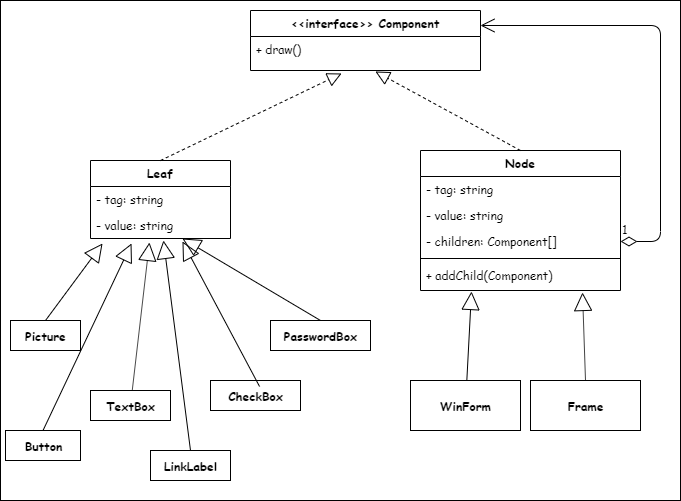
an-Onion/architect-camp keeps this draw.io diagram as chapter 3/img/composite.drawio.png. Above is the earlier version. Source tidied: cells renumbered, new cells last; positions are measured from the earlier drawing's top-left corner, leaving out a move shared by most shapes. The source it was exported from:
```xml
<mxGraphModel>
  <root>
    <mxCell id="0" />
    <mxCell id="1" parent="0" />
    <mxCell id="2" style="rounded=0;whiteSpace=wrap;html=1;fontFamily=Comic Sans MS;fontSize=12;" parent="1" vertex="1">
      <mxGeometry width="680" height="500" as="geometry" />
    </mxCell>
    <mxCell id="3" value="Node" style="swimlane;fontStyle=1;align=center;verticalAlign=top;horizontal=1;startSize=26;fontSize=12;fontFamily=Comic Sans MS;" parent="1" vertex="1">
      <mxGeometry x="420" y="150" width="200" height="140" as="geometry" />
    </mxCell>
    <mxCell id="4" value="- tag: string" style="text;strokeColor=none;fillColor=none;align=left;verticalAlign=top;spacingLeft=4;spacingRight=4;overflow=hidden;fontSize=12;fontFamily=Comic Sans MS;" parent="3" vertex="1">
      <mxGeometry y="26" width="200" height="26" as="geometry" />
    </mxCell>
    <mxCell id="5" value="- value: string" style="text;strokeColor=none;fillColor=none;align=left;verticalAlign=top;spacingLeft=4;spacingRight=4;overflow=hidden;fontSize=12;fontFamily=Comic Sans MS;" parent="3" vertex="1">
      <mxGeometry y="52" width="200" height="26" as="geometry" />
    </mxCell>
    <mxCell id="6" value="- children: Component[]" style="text;strokeColor=none;fillColor=none;align=left;verticalAlign=top;spacingLeft=4;spacingRight=4;overflow=hidden;points=[[0,0.5],[1,0.5]];portConstraint=eastwest;fontSize=12;fontFamily=Comic Sans MS;" parent="3" vertex="1">
      <mxGeometry y="78" width="200" height="26" as="geometry" />
    </mxCell>
    <mxCell id="7" style="line;strokeWidth=1;fillColor=none;align=left;verticalAlign=middle;spacingTop=-1;spacingLeft=3;spacingRight=3;labelPosition=right;fontSize=12;fontFamily=Comic Sans MS;" parent="3" vertex="1">
      <mxGeometry y="104" width="200" height="8" as="geometry" />
    </mxCell>
    <mxCell id="8" value="+ addChild(Component)" style="text;strokeColor=none;fillColor=none;align=left;verticalAlign=top;spacingLeft=4;spacingRight=4;overflow=hidden;points=[[0,0.5],[1,0.5]];portConstraint=eastwest;fontSize=12;fontFamily=Comic Sans MS;" parent="3" vertex="1">
      <mxGeometry y="112" width="200" height="28" as="geometry" />
    </mxCell>
    <mxCell id="9" style="endArrow=block;dashed=1;endFill=0;endSize=12;html=1;fontFamily=Comic Sans MS;fontSize=12;entryX=0.396;entryY=1.088;entryDx=0;entryDy=0;entryPerimeter=0;exitX=0.5;exitY=0;exitDx=0;exitDy=0;" parent="1" edge="1" source="30" target="12">
      <mxGeometry relative="1" as="geometry" />
    </mxCell>
    <mxCell id="10" style="endArrow=block;dashed=1;endFill=0;endSize=12;html=1;fontFamily=Comic Sans MS;fontSize=12;entryX=0.543;entryY=1.029;entryDx=0;entryDy=0;entryPerimeter=0;exitX=0.5;exitY=0;exitDx=0;exitDy=0;" parent="1" edge="1" source="3" target="12">
      <mxGeometry relative="1" as="geometry" />
    </mxCell>
    <mxCell id="11" value="&lt;&lt;interface&gt;&gt; Component" style="swimlane;fontStyle=1;horizontal=1;startSize=26;fillColor=none;glass=0;strokeWidth=1;fontSize=12;fontFamily=Comic Sans MS;perimeterSpacing=0;swimlaneFillColor=none;rounded=0;align=center;spacing=0;spacingTop=0;" parent="1" vertex="1">
      <mxGeometry x="250" y="10" width="230" height="60" as="geometry" />
    </mxCell>
    <mxCell id="12" value="+ draw()" style="text;strokeColor=none;fillColor=none;align=left;verticalAlign=top;spacingLeft=4;spacingRight=4;overflow=hidden;points=[[0,0.5],[1,0.5]];portConstraint=eastwest;fontSize=12;fontFamily=Comic Sans MS;" parent="11" vertex="1">
      <mxGeometry y="26" width="230" height="34" as="geometry" />
    </mxCell>
    <mxCell id="13" value="1" style="endArrow=open;html=1;endSize=12;startArrow=diamondThin;startSize=14;startFill=0;edgeStyle=orthogonalEdgeStyle;align=left;verticalAlign=bottom;fontFamily=Comic Sans MS;fontSize=12;exitX=1;exitY=0.5;exitDx=0;exitDy=0;entryX=1;entryY=0.25;entryDx=0;entryDy=0;" parent="1" edge="1" source="6" target="11">
      <mxGeometry x="-1" y="3" relative="1" as="geometry">
        <Array as="points">
          <mxPoint x="660" y="241" />
          <mxPoint x="660" y="25" />
        </Array>
      </mxGeometry>
    </mxCell>
    <mxCell id="14" value="&lt;b&gt;Picture&lt;/b&gt;" style="html=1;fontSize=12;fontFamily=Comic Sans MS;" parent="1" vertex="1">
      <mxGeometry x="10" y="320" width="70" height="30" as="geometry" />
    </mxCell>
    <mxCell id="15" value="&lt;b&gt;Button&lt;/b&gt;" style="html=1;fontSize=12;fontFamily=Comic Sans MS;" parent="1" vertex="1">
      <mxGeometry x="5" y="430" width="75" height="30" as="geometry" />
    </mxCell>
    <mxCell id="16" value="&lt;b&gt;TextBox&lt;/b&gt;" style="html=1;fontSize=12;fontFamily=Comic Sans MS;" parent="1" vertex="1">
      <mxGeometry x="90" y="390" width="80" height="30" as="geometry" />
    </mxCell>
    <mxCell id="17" value="&lt;b&gt;PasswordBox&lt;/b&gt;" style="html=1;fontSize=12;fontFamily=Comic Sans MS;" parent="1" vertex="1">
      <mxGeometry x="270" y="320" width="100" height="30" as="geometry" />
    </mxCell>
    <mxCell id="18" value="&lt;b&gt;CheckBox&lt;/b&gt;" style="html=1;fontSize=12;fontFamily=Comic Sans MS;" parent="1" vertex="1">
      <mxGeometry x="210" y="380" width="90" height="30" as="geometry" />
    </mxCell>
    <mxCell id="19" value="&lt;b&gt;LinkLabel&lt;/b&gt;" style="html=1;fontSize=12;fontFamily=Comic Sans MS;" parent="1" vertex="1">
      <mxGeometry x="150" y="450" width="80" height="30" as="geometry" />
    </mxCell>
    <mxCell id="20" value="&lt;b&gt;WinForm&lt;/b&gt;" style="html=1;fontSize=12;fontFamily=Comic Sans MS;" parent="1" vertex="1">
      <mxGeometry x="410" y="380" width="110" height="50" as="geometry" />
    </mxCell>
    <mxCell id="21" value="&lt;b&gt;Frame&lt;/b&gt;" style="html=1;fontSize=12;fontFamily=Comic Sans MS;" parent="1" vertex="1">
      <mxGeometry x="530" y="380" width="110" height="50" as="geometry" />
    </mxCell>
    <mxCell id="22" style="endArrow=block;endSize=16;endFill=0;html=1;fontSize=12;entryX=0.255;entryY=1.036;entryDx=0;entryDy=0;entryPerimeter=0;fontFamily=Comic Sans MS;" parent="1" edge="1" source="20" target="8">
      <mxGeometry relative="1" as="geometry" />
    </mxCell>
    <mxCell id="23" style="endArrow=block;endSize=16;endFill=0;html=1;fontSize=12;entryX=0.086;entryY=1.192;entryDx=0;entryDy=0;entryPerimeter=0;exitX=0.5;exitY=0;exitDx=0;exitDy=0;fontFamily=Comic Sans MS;" parent="1" edge="1" source="14" target="32">
      <mxGeometry relative="1" as="geometry" />
    </mxCell>
    <mxCell id="24" style="endArrow=block;endSize=16;endFill=0;html=1;fontSize=12;exitX=0.5;exitY=0;exitDx=0;exitDy=0;entryX=0.293;entryY=1.192;entryDx=0;entryDy=0;entryPerimeter=0;fontFamily=Comic Sans MS;" parent="1" edge="1" source="15" target="32">
      <mxGeometry relative="1" as="geometry" />
    </mxCell>
    <mxCell id="25" style="endArrow=block;endSize=16;endFill=0;html=1;fontSize=12;entryX=0.421;entryY=1.154;entryDx=0;entryDy=0;entryPerimeter=0;fontFamily=Comic Sans MS;" parent="1" edge="1" source="16" target="32">
      <mxGeometry relative="1" as="geometry" />
    </mxCell>
    <mxCell id="26" style="endArrow=block;endSize=16;endFill=0;html=1;fontSize=12;entryX=0.81;entryY=1.071;entryDx=0;entryDy=0;entryPerimeter=0;exitX=0.5;exitY=0;exitDx=0;exitDy=0;fontFamily=Comic Sans MS;" parent="1" edge="1" source="21" target="8">
      <mxGeometry relative="1" as="geometry" />
    </mxCell>
    <mxCell id="27" style="endArrow=block;endSize=16;endFill=0;html=1;fontSize=12;exitX=0.5;exitY=0;exitDx=0;exitDy=0;entryX=0.521;entryY=1.077;entryDx=0;entryDy=0;entryPerimeter=0;fontFamily=Comic Sans MS;" parent="1" edge="1" source="19" target="32">
      <mxGeometry relative="1" as="geometry" />
    </mxCell>
    <mxCell id="28" style="endArrow=block;endSize=16;endFill=0;html=1;fontSize=12;exitX=0.5;exitY=0;exitDx=0;exitDy=0;fontFamily=Comic Sans MS;" parent="1" edge="1" source="17" target="32">
      <mxGeometry relative="1" as="geometry" />
    </mxCell>
    <mxCell id="29" style="endArrow=block;endSize=16;endFill=0;html=1;fontSize=12;entryX=0.657;entryY=1.115;entryDx=0;entryDy=0;entryPerimeter=0;exitX=0.545;exitY=0.2;exitDx=0;exitDy=0;exitPerimeter=0;fontFamily=Comic Sans MS;" parent="1" edge="1" source="18" target="32">
      <mxGeometry relative="1" as="geometry" />
    </mxCell>
    <mxCell id="30" value="Leaf" style="swimlane;fontStyle=1;horizontal=1;startSize=26;fillColor=none;fontSize=12;fontFamily=Comic Sans MS;" parent="1" vertex="1">
      <mxGeometry x="90" y="160" width="140" height="78" as="geometry" />
    </mxCell>
    <mxCell id="31" value="- tag: string" style="text;strokeColor=none;fillColor=none;align=left;verticalAlign=top;spacingLeft=4;spacingRight=4;overflow=hidden;fontSize=12;fontFamily=Comic Sans MS;" parent="30" vertex="1">
      <mxGeometry y="26" width="140" height="26" as="geometry" />
    </mxCell>
    <mxCell id="32" value="- value: string" style="text;strokeColor=none;fillColor=none;align=left;verticalAlign=top;spacingLeft=4;spacingRight=4;overflow=hidden;points=[[0,0.5],[1,0.5]];portConstraint=eastwest;fontSize=12;fontFamily=Comic Sans MS;" parent="30" vertex="1">
      <mxGeometry y="52" width="140" height="26" as="geometry" />
    </mxCell>
  </root>
</mxGraphModel>
```
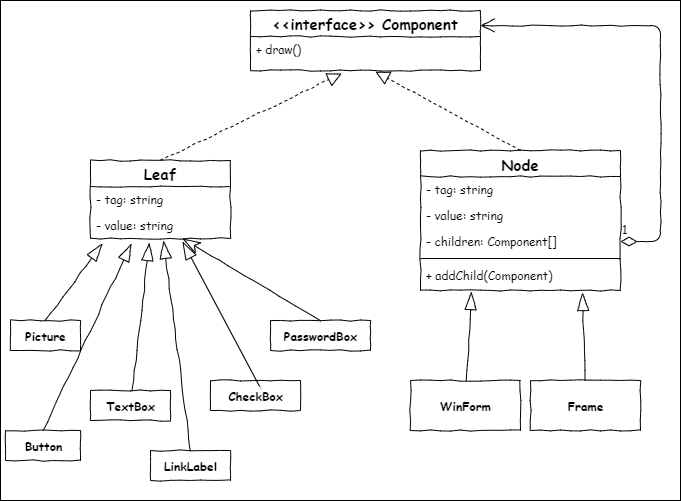
The same file after the commit.

Diff of the diagram source:
```diff
@@ -5,7 +5,7 @@
     <mxCell id="2" style="rounded=0;whiteSpace=wrap;html=1;fontFamily=Comic Sans MS;fontSize=12;" parent="1" vertex="1">
       <mxGeometry width="680" height="500" as="geometry" />
     </mxCell>
-    <mxCell id="3" value="Node" style="swimlane;fontStyle=1;align=center;verticalAlign=top;horizontal=1;startSize=26;fontSize=12;fontFamily=Comic Sans MS;" parent="1" vertex="1">
+    <mxCell id="3" value="Node" style="swimlane;fontStyle=1;align=center;verticalAlign=top;horizontal=1;startSize=26;fontSize=15;fontFamily=Comic Sans MS;comic=1;" parent="1" vertex="1">
       <mxGeometry x="420" y="150" width="200" height="140" as="geometry" />
     </mxCell>
     <mxCell id="4" value="- tag: string" style="text;strokeColor=none;fillColor=none;align=left;verticalAlign=top;spacingLeft=4;spacingRight=4;overflow=hidden;fontSize=12;fontFamily=Comic Sans MS;" parent="3" vertex="1">
@@ -23,19 +23,19 @@
     <mxCell id="8" value="+ addChild(Component)" style="text;strokeColor=none;fillColor=none;align=left;verticalAlign=top;spacingLeft=4;spacingRight=4;overflow=hidden;points=[[0,0.5],[1,0.5]];portConstraint=eastwest;fontSize=12;fontFamily=Comic Sans MS;" parent="3" vertex="1">
       <mxGeometry y="112" width="200" height="28" as="geometry" />
     </mxCell>
-    <mxCell id="9" style="endArrow=block;dashed=1;endFill=0;endSize=12;html=1;fontFamily=Comic Sans MS;fontSize=12;entryX=0.396;entryY=1.088;entryDx=0;entryDy=0;entryPerimeter=0;exitX=0.5;exitY=0;exitDx=0;exitDy=0;" parent="1" edge="1" source="30" target="12">
+    <mxCell id="9" style="endArrow=block;dashed=1;endFill=0;endSize=12;html=1;fontFamily=Comic Sans MS;fontSize=12;entryX=0.396;entryY=1.088;entryDx=0;entryDy=0;entryPerimeter=0;exitX=0.5;exitY=0;exitDx=0;exitDy=0;comic=1;" parent="1" edge="1" source="30" target="12">
       <mxGeometry relative="1" as="geometry" />
     </mxCell>
-    <mxCell id="10" style="endArrow=block;dashed=1;endFill=0;endSize=12;html=1;fontFamily=Comic Sans MS;fontSize=12;entryX=0.543;entryY=1.029;entryDx=0;entryDy=0;entryPerimeter=0;exitX=0.5;exitY=0;exitDx=0;exitDy=0;" parent="1" edge="1" source="3" target="12">
+    <mxCell id="10" style="endArrow=block;dashed=1;endFill=0;endSize=12;html=1;fontFamily=Comic Sans MS;fontSize=12;entryX=0.543;entryY=1.029;entryDx=0;entryDy=0;entryPerimeter=0;exitX=0.5;exitY=0;exitDx=0;exitDy=0;comic=1;" parent="1" edge="1" source="3" target="12">
       <mxGeometry relative="1" as="geometry" />
     </mxCell>
-    <mxCell id="11" value="&lt;&lt;interface&gt;&gt; Component" style="swimlane;fontStyle=1;horizontal=1;startSize=26;fillColor=none;glass=0;strokeWidth=1;fontSize=12;fontFamily=Comic Sans MS;perimeterSpacing=0;swimlaneFillColor=none;rounded=0;align=center;spacing=0;spacingTop=0;" parent="1" vertex="1">
+    <mxCell id="11" value="&lt;&lt;interface&gt;&gt; Component" style="swimlane;fontStyle=1;horizontal=1;startSize=26;fillColor=none;glass=0;strokeWidth=1;fontSize=15;fontFamily=Comic Sans MS;perimeterSpacing=0;swimlaneFillColor=none;rounded=0;align=center;spacing=0;spacingTop=0;comic=1;" parent="1" vertex="1">
       <mxGeometry x="250" y="10" width="230" height="60" as="geometry" />
     </mxCell>
     <mxCell id="12" value="+ draw()" style="text;strokeColor=none;fillColor=none;align=left;verticalAlign=top;spacingLeft=4;spacingRight=4;overflow=hidden;points=[[0,0.5],[1,0.5]];portConstraint=eastwest;fontSize=12;fontFamily=Comic Sans MS;" parent="11" vertex="1">
       <mxGeometry y="26" width="230" height="34" as="geometry" />
     </mxCell>
-    <mxCell id="13" value="1" style="endArrow=open;html=1;endSize=12;startArrow=diamondThin;startSize=14;startFill=0;edgeStyle=orthogonalEdgeStyle;align=left;verticalAlign=bottom;fontFamily=Comic Sans MS;fontSize=12;exitX=1;exitY=0.5;exitDx=0;exitDy=0;entryX=1;entryY=0.25;entryDx=0;entryDy=0;" parent="1" edge="1" source="6" target="11">
+    <mxCell id="13" value="1" style="endArrow=open;html=1;endSize=12;startArrow=diamondThin;startSize=14;startFill=0;edgeStyle=orthogonalEdgeStyle;align=left;verticalAlign=bottom;fontFamily=Comic Sans MS;fontSize=12;exitX=1;exitY=0.5;exitDx=0;exitDy=0;entryX=1;entryY=0.25;entryDx=0;entryDy=0;comic=1;" parent="1" edge="1" source="6" target="11">
       <mxGeometry x="-1" y="3" relative="1" as="geometry">
         <Array as="points">
           <mxPoint x="660" y="241" />
@@ -43,55 +43,55 @@
         </Array>
       </mxGeometry>
     </mxCell>
-    <mxCell id="14" value="&lt;b&gt;Picture&lt;/b&gt;" style="html=1;fontSize=12;fontFamily=Comic Sans MS;" parent="1" vertex="1">
+    <mxCell id="14" value="&lt;b&gt;Picture&lt;/b&gt;" style="html=1;fontSize=12;fontFamily=Comic Sans MS;comic=1;" parent="1" vertex="1">
       <mxGeometry x="10" y="320" width="70" height="30" as="geometry" />
     </mxCell>
-    <mxCell id="15" value="&lt;b&gt;Button&lt;/b&gt;" style="html=1;fontSize=12;fontFamily=Comic Sans MS;" parent="1" vertex="1">
+    <mxCell id="15" value="&lt;b&gt;Button&lt;/b&gt;" style="html=1;fontSize=12;fontFamily=Comic Sans MS;comic=1;" parent="1" vertex="1">
       <mxGeometry x="5" y="430" width="75" height="30" as="geometry" />
     </mxCell>
-    <mxCell id="16" value="&lt;b&gt;TextBox&lt;/b&gt;" style="html=1;fontSize=12;fontFamily=Comic Sans MS;" parent="1" vertex="1">
+    <mxCell id="16" value="&lt;b&gt;TextBox&lt;/b&gt;" style="html=1;fontSize=12;fontFamily=Comic Sans MS;comic=1;" parent="1" vertex="1">
       <mxGeometry x="90" y="390" width="80" height="30" as="geometry" />
     </mxCell>
-    <mxCell id="17" value="&lt;b&gt;PasswordBox&lt;/b&gt;" style="html=1;fontSize=12;fontFamily=Comic Sans MS;" parent="1" vertex="1">
+    <mxCell id="17" value="&lt;b&gt;PasswordBox&lt;/b&gt;" style="html=1;fontSize=12;fontFamily=Comic Sans MS;comic=1;" parent="1" vertex="1">
       <mxGeometry x="270" y="320" width="100" height="30" as="geometry" />
     </mxCell>
-    <mxCell id="18" value="&lt;b&gt;CheckBox&lt;/b&gt;" style="html=1;fontSize=12;fontFamily=Comic Sans MS;" parent="1" vertex="1">
+    <mxCell id="18" value="&lt;b&gt;CheckBox&lt;/b&gt;" style="html=1;fontSize=12;fontFamily=Comic Sans MS;comic=1;" parent="1" vertex="1">
       <mxGeometry x="210" y="380" width="90" height="30" as="geometry" />
     </mxCell>
-    <mxCell id="19" value="&lt;b&gt;LinkLabel&lt;/b&gt;" style="html=1;fontSize=12;fontFamily=Comic Sans MS;" parent="1" vertex="1">
+    <mxCell id="19" value="&lt;b&gt;LinkLabel&lt;/b&gt;" style="html=1;fontSize=12;fontFamily=Comic Sans MS;comic=1;" parent="1" vertex="1">
       <mxGeometry x="150" y="450" width="80" height="30" as="geometry" />
     </mxCell>
-    <mxCell id="20" value="&lt;b&gt;WinForm&lt;/b&gt;" style="html=1;fontSize=12;fontFamily=Comic Sans MS;" parent="1" vertex="1">
+    <mxCell id="20" value="&lt;b&gt;WinForm&lt;/b&gt;" style="html=1;fontSize=12;fontFamily=Comic Sans MS;comic=1;" parent="1" vertex="1">
       <mxGeometry x="410" y="380" width="110" height="50" as="geometry" />
     </mxCell>
-    <mxCell id="21" value="&lt;b&gt;Frame&lt;/b&gt;" style="html=1;fontSize=12;fontFamily=Comic Sans MS;" parent="1" vertex="1">
+    <mxCell id="21" value="&lt;b&gt;Frame&lt;/b&gt;" style="html=1;fontSize=12;fontFamily=Comic Sans MS;comic=1;" parent="1" vertex="1">
       <mxGeometry x="530" y="380" width="110" height="50" as="geometry" />
     </mxCell>
-    <mxCell id="22" style="endArrow=block;endSize=16;endFill=0;html=1;fontSize=12;entryX=0.255;entryY=1.036;entryDx=0;entryDy=0;entryPerimeter=0;fontFamily=Comic Sans MS;" parent="1" edge="1" source="20" target="8">
+    <mxCell id="22" style="endArrow=blockThin;endSize=16;endFill=0;html=1;fontSize=12;entryX=0.255;entryY=1.036;entryDx=0;entryDy=0;entryPerimeter=0;fontFamily=Comic Sans MS;comic=1;" parent="1" edge="1" source="20" target="8">
       <mxGeometry relative="1" as="geometry" />
     </mxCell>
-    <mxCell id="23" style="endArrow=block;endSize=16;endFill=0;html=1;fontSize=12;entryX=0.086;entryY=1.192;entryDx=0;entryDy=0;entryPerimeter=0;exitX=0.5;exitY=0;exitDx=0;exitDy=0;fontFamily=Comic Sans MS;" parent="1" edge="1" source="14" target="32">
+    <mxCell id="23" style="endArrow=blockThin;endSize=16;endFill=0;html=1;fontSize=12;entryX=0.086;entryY=1.192;entryDx=0;entryDy=0;entryPerimeter=0;exitX=0.5;exitY=0;exitDx=0;exitDy=0;fontFamily=Comic Sans MS;comic=1;" parent="1" edge="1" source="14" target="32">
       <mxGeometry relative="1" as="geometry" />
     </mxCell>
-    <mxCell id="24" style="endArrow=block;endSize=16;endFill=0;html=1;fontSize=12;exitX=0.5;exitY=0;exitDx=0;exitDy=0;entryX=0.293;entryY=1.192;entryDx=0;entryDy=0;entryPerimeter=0;fontFamily=Comic Sans MS;" parent="1" edge="1" source="15" target="32">
+    <mxCell id="24" style="endArrow=blockThin;endSize=16;endFill=0;html=1;fontSize=12;exitX=0.5;exitY=0;exitDx=0;exitDy=0;entryX=0.293;entryY=1.192;entryDx=0;entryDy=0;entryPerimeter=0;fontFamily=Comic Sans MS;comic=1;" parent="1" edge="1" source="15" target="32">
       <mxGeometry relative="1" as="geometry" />
     </mxCell>
-    <mxCell id="25" style="endArrow=block;endSize=16;endFill=0;html=1;fontSize=12;entryX=0.421;entryY=1.154;entryDx=0;entryDy=0;entryPerimeter=0;fontFamily=Comic Sans MS;" parent="1" edge="1" source="16" target="32">
+    <mxCell id="25" style="endArrow=blockThin;endSize=16;endFill=0;html=1;fontSize=12;entryX=0.421;entryY=1.154;entryDx=0;entryDy=0;entryPerimeter=0;fontFamily=Comic Sans MS;comic=1;" parent="1" edge="1" source="16" target="32">
       <mxGeometry relative="1" as="geometry" />
     </mxCell>
-    <mxCell id="26" style="endArrow=block;endSize=16;endFill=0;html=1;fontSize=12;entryX=0.81;entryY=1.071;entryDx=0;entryDy=0;entryPerimeter=0;exitX=0.5;exitY=0;exitDx=0;exitDy=0;fontFamily=Comic Sans MS;" parent="1" edge="1" source="21" target="8">
+    <mxCell id="26" style="endArrow=blockThin;endSize=16;endFill=0;html=1;fontSize=12;entryX=0.81;entryY=1.071;entryDx=0;entryDy=0;entryPerimeter=0;exitX=0.5;exitY=0;exitDx=0;exitDy=0;fontFamily=Comic Sans MS;comic=1;" parent="1" edge="1" source="21" target="8">
       <mxGeometry relative="1" as="geometry" />
     </mxCell>
-    <mxCell id="27" style="endArrow=block;endSize=16;endFill=0;html=1;fontSize=12;exitX=0.5;exitY=0;exitDx=0;exitDy=0;entryX=0.521;entryY=1.077;entryDx=0;entryDy=0;entryPerimeter=0;fontFamily=Comic Sans MS;" parent="1" edge="1" source="19" target="32">
+    <mxCell id="27" style="endArrow=blockThin;endSize=16;endFill=0;html=1;fontSize=12;exitX=0.5;exitY=0;exitDx=0;exitDy=0;entryX=0.521;entryY=1.077;entryDx=0;entryDy=0;entryPerimeter=0;fontFamily=Comic Sans MS;comic=1;" parent="1" edge="1" source="19" target="32">
       <mxGeometry relative="1" as="geometry" />
     </mxCell>
-    <mxCell id="28" style="endArrow=block;endSize=16;endFill=0;html=1;fontSize=12;exitX=0.5;exitY=0;exitDx=0;exitDy=0;fontFamily=Comic Sans MS;" parent="1" edge="1" source="17" target="32">
+    <mxCell id="28" style="endArrow=classicThin;endSize=16;endFill=0;html=1;fontSize=12;exitX=0.5;exitY=0;exitDx=0;exitDy=0;fontFamily=Comic Sans MS;comic=1;" parent="1" edge="1" source="17" target="32">
       <mxGeometry relative="1" as="geometry" />
     </mxCell>
-    <mxCell id="29" style="endArrow=block;endSize=16;endFill=0;html=1;fontSize=12;entryX=0.657;entryY=1.115;entryDx=0;entryDy=0;entryPerimeter=0;exitX=0.545;exitY=0.2;exitDx=0;exitDy=0;exitPerimeter=0;fontFamily=Comic Sans MS;" parent="1" edge="1" source="18" target="32">
+    <mxCell id="29" style="endArrow=blockThin;endSize=16;endFill=0;html=1;fontSize=12;entryX=0.657;entryY=1.115;entryDx=0;entryDy=0;entryPerimeter=0;exitX=0.545;exitY=0.2;exitDx=0;exitDy=0;exitPerimeter=0;fontFamily=Comic Sans MS;shadow=1;" parent="1" edge="1" source="18" target="32">
       <mxGeometry relative="1" as="geometry" />
     </mxCell>
-    <mxCell id="30" value="Leaf" style="swimlane;fontStyle=1;horizontal=1;startSize=26;fillColor=none;fontSize=12;fontFamily=Comic Sans MS;" parent="1" vertex="1">
+    <mxCell id="30" value="Leaf" style="swimlane;fontStyle=1;horizontal=1;startSize=26;fillColor=none;fontSize=15;fontFamily=Comic Sans MS;comic=1;" parent="1" vertex="1">
       <mxGeometry x="90" y="160" width="140" height="78" as="geometry" />
     </mxCell>
     <mxCell id="31" value="- tag: string" style="text;strokeColor=none;fillColor=none;align=left;verticalAlign=top;spacingLeft=4;spacingRight=4;overflow=hidden;fontSize=12;fontFamily=Comic Sans MS;" parent="30" vertex="1">
```
